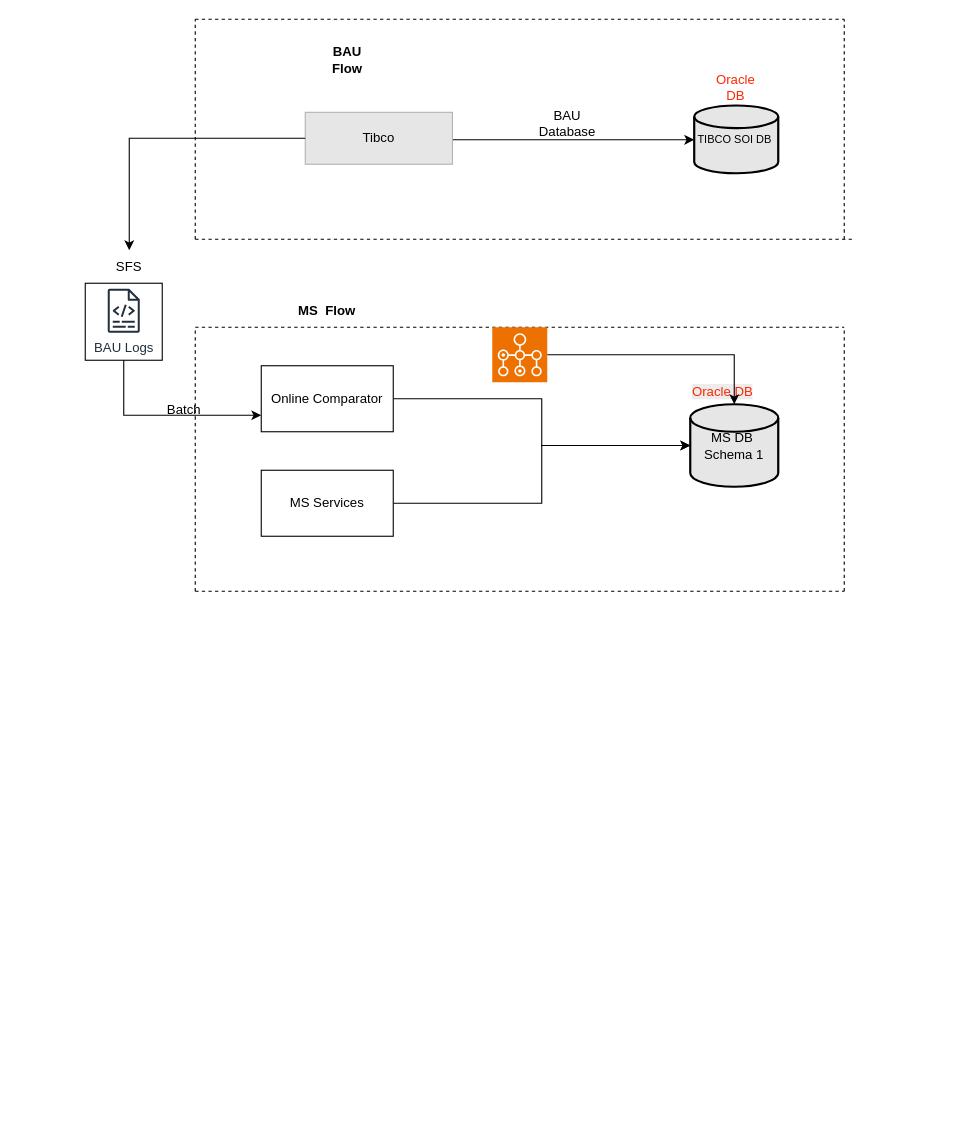
This is page "table-comparator-snapshot" (3 of 3) of archtecture_diagram/Batch_File_Arch.drawio from vigneswaran-svm/tibco_architecture, a draw.io file, before an edit. Source tidied: cells renumbered, new cells numbered last; positions are measured from the earlier drawing's top-left corner, leaving out a move shared by most shapes. Both pictures are drawn from the tidied source at 110%, with x=0, y=0 at pixel (85, 19).
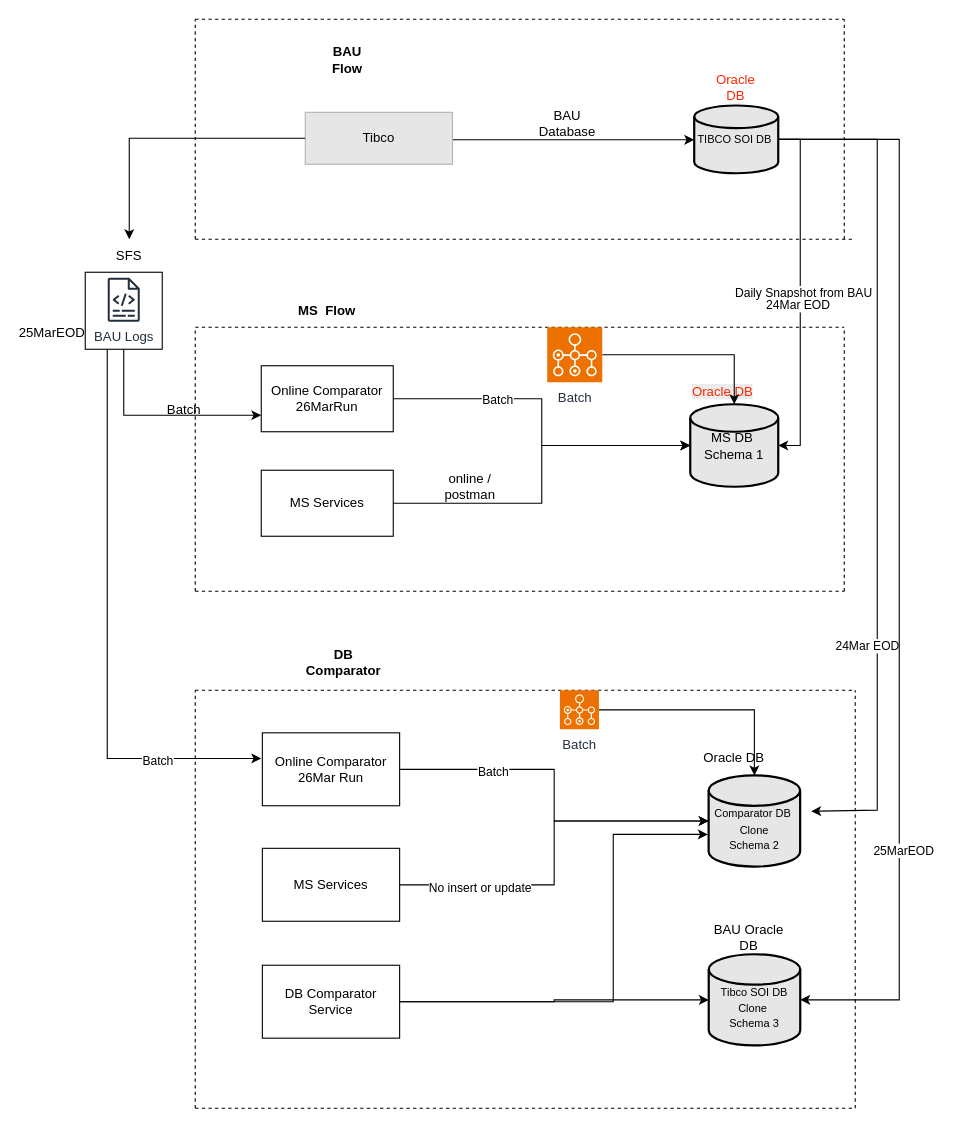
Above is the later version.

Unchanged cells that the change refers to:
```xml
<mxCell id="10" value="&lt;font style=&quot;font-size: 10px;&quot;&gt;TIBCO SOI DB&amp;nbsp;&lt;/font&gt;" style="strokeWidth=2;html=1;shape=mxgraph.flowchart.database;whiteSpace=wrap;fillColor=#E6E6E6;" parent="7" vertex="1">
  <mxGeometry x="353.6" y="53.4" width="76.4" height="61.6" as="geometry" />
</mxCell>
<mxCell id="14" style="group;" parent="1" vertex="1">
  <mxGeometry x="100" y="280" width="590" height="240" as="geometry" />
</mxCell>
<mxCell id="15" style="edgeStyle=orthogonalEdgeStyle;rounded=0;jettySize=auto;html=1;" parent="14" edge="1" source="16" target="21">
  <mxGeometry relative="1" as="geometry" />
</mxCell>
<mxCell id="21" value="MS DB&amp;nbsp;&lt;div&gt;Schema 1&lt;/div&gt;" style="strokeWidth=2;html=1;shape=mxgraph.flowchart.database;whiteSpace=wrap;fillColor=#E6E6E6;" parent="14" vertex="1">
  <mxGeometry x="450" y="70" width="80" height="75" as="geometry" />
</mxCell>
<mxCell id="28" style="whiteSpace=wrap;html=1;" parent="27" vertex="1">
  <mxGeometry y="30" width="70" height="70" as="geometry" />
</mxCell>
```

What changed in the source:
```diff
@@
+    <mxCell id="35" value="Batch" style="edgeLabel;html=1;align=center;verticalAlign=middle;" parent="15" vertex="1">
+      <mxGeometry x="-0.4" relative="1" as="geometry" />
+    </mxCell>
-    <mxCell id="16" value="Online Comparator" style="rounded=0;whiteSpace=wrap;html=1;" parent="14" vertex="1">
+    <mxCell id="16" value="Online Comparator&lt;div&gt;26MarRun&lt;/div&gt;" style="rounded=0;whiteSpace=wrap;html=1;" parent="14" vertex="1">
       <mxGeometry x="60" y="35" width="120" height="60" as="geometry" />
     </mxCell>
@@
-    <mxCell id="26" style="sketch=0;points=[[0,0,0],[0.25,0,0],[0.5,0,0],[0.75,0,0],[1,0,0],[0,1,0],[0.25,1,0],[0.5,1,0],[0.75,1,0],[1,1,0],[0,0.25,0],[0,0.5,0],[0,0.75,0],[1,0.25,0],[1,0.5,0],[1,0.75,0]];outlineConnect=0;fontColor=#232F3E;fillColor=#ED7100;strokeColor=#ffffff;dashed=0;verticalLabelPosition=bottom;verticalAlign=top;align=center;html=1;fontSize=12;fontStyle=0;shape=mxgraph.aws4.resourceIcon;resIcon=mxgraph.aws4.batch;" parent="14" vertex="1">
-      <mxGeometry x="270" width="50" height="50" as="geometry" />
+    <mxCell id="26" value="Batch" style="sketch=0;points=[[0,0,0],[0.25,0,0],[0.5,0,0],[0.75,0,0],[1,0,0],[0,1,0],[0.25,1,0],[0.5,1,0],[0.75,1,0],[1,1,0],[0,0.25,0],[0,0.5,0],[0,0.75,0],[1,0.25,0],[1,0.5,0],[1,0.75,0]];outlineConnect=0;fontColor=#232F3E;fillColor=#ED7100;strokeColor=#ffffff;dashed=0;verticalLabelPosition=bottom;verticalAlign=top;align=center;html=1;fontSize=12;fontStyle=0;shape=mxgraph.aws4.resourceIcon;resIcon=mxgraph.aws4.batch;" parent="14" vertex="1">
+      <mxGeometry x="320" width="50" height="50" as="geometry" />
     </mxCell>
+    <mxCell id="36" value="online / postman" style="text;html=1;whiteSpace=wrap;strokeColor=none;fillColor=none;align=center;verticalAlign=middle;rounded=0;" parent="14" vertex="1">
+      <mxGeometry x="220" y="130" width="60" height="30" as="geometry" />
+    </mxCell>
     <mxCell id="27" style="group;" parent="1" vertex="1">
-      <mxGeometry y="210" width="70" height="90" as="geometry" />
+      <mxGeometry y="200" width="70" height="90" as="geometry" />
     </mxCell>
@@
+    <mxCell id="37" style="edgeStyle=orthogonalEdgeStyle;rounded=0;jettySize=auto;html=1;entryX=1;entryY=0.5;entryDx=0;entryDy=0;entryPerimeter=0;" parent="1" edge="1" source="10" target="21">
+      <mxGeometry relative="1" as="geometry">
+        <Array as="points">
+          <mxPoint x="650" y="109" />
+          <mxPoint x="650" y="388" />
+        </Array>
+      </mxGeometry>
+    </mxCell>
+    <mxCell id="38" value="Daily Snapshot from BAU" style="edgeLabel;html=1;align=center;verticalAlign=middle;" parent="37" vertex="1">
+      <mxGeometry y="2" relative="1" as="geometry" />
+    </mxCell>
+    <mxCell id="39" value="24Mar EOD" style="edgeLabel;html=1;align=center;verticalAlign=middle;" parent="37" vertex="1">
+      <mxGeometry x="0.07" y="-3" relative="1" as="geometry" />
+    </mxCell>
+    <mxCell id="40" style="group;" parent="1" vertex="1">
+      <mxGeometry x="100" y="610" width="600" height="380" as="geometry" />
+    </mxCell>
+    <mxCell id="41" style="endArrow=none;dashed=1;html=1;rounded=0;curved=0;" parent="40" edge="1">
+      <mxGeometry relative="1" as="geometry">
+        <mxPoint y="380" as="sourcePoint" />
+        <mxPoint x="600" y="380" as="targetPoint" />
+      </mxGeometry>
+    </mxCell>
+    <mxCell id="42" style="endArrow=none;dashed=1;html=1;rounded=0;curved=0;" parent="40" edge="1">
+      <mxGeometry relative="1" as="geometry">
+        <mxPoint as="sourcePoint" />
+        <mxPoint x="600" as="targetPoint" />
+      </mxGeometry>
+    </mxCell>
+    <mxCell id="43" style="endArrow=none;dashed=1;html=1;rounded=0;" parent="40" edge="1">
+      <mxGeometry relative="1" as="geometry">
+        <mxPoint x="600" y="380" as="sourcePoint" />
+        <mxPoint x="600" as="targetPoint" />
+      </mxGeometry>
+    </mxCell>
+    <mxCell id="44" style="endArrow=none;dashed=1;html=1;rounded=0;" parent="40" edge="1">
+      <mxGeometry relative="1" as="geometry">
+        <mxPoint y="380" as="sourcePoint" />
+        <mxPoint as="targetPoint" />
+      </mxGeometry>
+    </mxCell>
+    <mxCell id="45" style="group;" parent="40" vertex="1">
+      <mxGeometry x="61" width="489" height="210" as="geometry" />
+    </mxCell>
+    <mxCell id="46" style="edgeStyle=orthogonalEdgeStyle;rounded=0;jettySize=auto;html=1;" parent="45" edge="1" source="48" target="49">
+      <mxGeometry relative="1" as="geometry" />
+    </mxCell>
+    <mxCell id="47" value="Batch" style="edgeLabel;html=1;align=center;verticalAlign=middle;" parent="46" vertex="1">
+      <mxGeometry x="-0.48" y="-2" relative="1" as="geometry" />
+    </mxCell>
+    <mxCell id="48" value="Online Comparator&lt;div&gt;26Mar Run&lt;/div&gt;" style="rounded=0;whiteSpace=wrap;html=1;" parent="45" vertex="1">
+      <mxGeometry y="38.7" width="124.8" height="66.3" as="geometry" />
+    </mxCell>
+    <mxCell id="49" value="&lt;div&gt;&lt;font style=&quot;font-size: 10px;&quot;&gt;&lt;br&gt;&lt;/font&gt;&lt;/div&gt;&lt;font style=&quot;font-size: 10px;&quot;&gt;Comparator DB&amp;nbsp;&lt;/font&gt;&lt;div&gt;&lt;font style=&quot;font-size: 10px;&quot;&gt;Clone&lt;br&gt;&lt;/font&gt;&lt;div&gt;&lt;font style=&quot;font-size: 10px;&quot;&gt;Schema 2&lt;/font&gt;&lt;/div&gt;&lt;/div&gt;" style="strokeWidth=2;html=1;shape=mxgraph.flowchart.database;whiteSpace=wrap;fillColor=#E6E6E6;" parent="45" vertex="1">
+      <mxGeometry x="405.7" y="77.4" width="83.2" height="82.9" as="geometry" />
+    </mxCell>
+    <mxCell id="50" style="edgeStyle=orthogonalEdgeStyle;rounded=0;jettySize=auto;html=1;" parent="45" edge="1" source="52" target="49">
+      <mxGeometry relative="1" as="geometry" />
+    </mxCell>
+    <mxCell id="51" value="No insert or update" style="edgeLabel;html=1;align=center;verticalAlign=middle;" parent="50" vertex="1">
+      <mxGeometry x="-0.57" y="-3" relative="1" as="geometry" />
+    </mxCell>
+    <mxCell id="52" value="MS Services" style="rounded=0;whiteSpace=wrap;html=1;" parent="45" vertex="1">
+      <mxGeometry y="143.7" width="124.8" height="66.3" as="geometry" />
+    </mxCell>
+    <mxCell id="53" style="edgeStyle=orthogonalEdgeStyle;rounded=0;jettySize=auto;html=1;" parent="45" edge="1" source="54" target="49">
+      <mxGeometry relative="1" as="geometry" />
+    </mxCell>
+    <mxCell id="54" value="Batch" style="sketch=0;points=[[0,0,0],[0.25,0,0],[0.5,0,0],[0.75,0,0],[1,0,0],[0,1,0],[0.25,1,0],[0.5,1,0],[0.75,1,0],[1,1,0],[0,0.25,0],[0,0.5,0],[0,0.75,0],[1,0.25,0],[1,0.5,0],[1,0.75,0]];outlineConnect=0;fontColor=#232F3E;fillColor=#ED7100;strokeColor=#ffffff;dashed=0;verticalLabelPosition=bottom;verticalAlign=top;align=center;html=1;fontSize=12;fontStyle=0;shape=mxgraph.aws4.resourceIcon;resIcon=mxgraph.aws4.batch;" parent="45" vertex="1">
+      <mxGeometry x="270.5" width="35.5" height="35.5" as="geometry" />
+    </mxCell>
+    <mxCell id="55" value="Oracle DB" style="text;html=1;whiteSpace=wrap;strokeColor=none;fillColor=none;align=center;verticalAlign=middle;rounded=0;" parent="45" vertex="1">
+      <mxGeometry x="399" y="47.4" width="60" height="30" as="geometry" />
+    </mxCell>
+    <mxCell id="56" value="&lt;div&gt;&lt;font style=&quot;font-size: 10px;&quot;&gt;&lt;br&gt;&lt;/font&gt;&lt;/div&gt;&lt;font style=&quot;font-size: 10px;&quot;&gt;Tibco SOI DB Clone&amp;nbsp;&lt;/font&gt;&lt;div&gt;&lt;font style=&quot;font-size: 10px;&quot;&gt;Schema 3&lt;/font&gt;&lt;/div&gt;" style="strokeWidth=2;html=1;shape=mxgraph.flowchart.database;whiteSpace=wrap;fillColor=#E6E6E6;" parent="40" vertex="1">
+      <mxGeometry x="466.8" y="240" width="83.2" height="82.9" as="geometry" />
+    </mxCell>
+    <mxCell id="57" value="BAU Oracle DB" style="text;html=1;whiteSpace=wrap;strokeColor=none;fillColor=none;align=center;verticalAlign=middle;rounded=0;" parent="40" vertex="1">
+      <mxGeometry x="466.8" y="210" width="73.2" height="30" as="geometry" />
+    </mxCell>
+    <mxCell id="58" style="edgeStyle=orthogonalEdgeStyle;rounded=0;jettySize=auto;html=1;" parent="40" edge="1" source="59" target="56">
+      <mxGeometry relative="1" as="geometry" />
+    </mxCell>
+    <mxCell id="59" value="DB Comparator Service" style="rounded=0;whiteSpace=wrap;html=1;" parent="40" vertex="1">
+      <mxGeometry x="61" y="250" width="124.8" height="66.3" as="geometry" />
+    </mxCell>
+    <mxCell id="60" style="edgeStyle=orthogonalEdgeStyle;rounded=0;jettySize=auto;html=1;entryX=-0.009;entryY=0.647;entryDx=0;entryDy=0;entryPerimeter=0;" parent="40" edge="1" source="59" target="49">
+      <mxGeometry relative="1" as="geometry">
+        <Array as="points">
+          <mxPoint x="380" y="283" />
+          <mxPoint x="380" y="131" />
+        </Array>
+      </mxGeometry>
+    </mxCell>
+    <mxCell id="61" value="&lt;b&gt;DB Comparator&lt;/b&gt;" style="text;html=1;whiteSpace=wrap;strokeColor=none;fillColor=none;align=center;verticalAlign=middle;rounded=0;" parent="1" vertex="1">
+      <mxGeometry x="190" y="570" width="90" height="30" as="geometry" />
+    </mxCell>
+    <mxCell id="62" style="edgeStyle=orthogonalEdgeStyle;rounded=0;jettySize=auto;html=1;" parent="1" edge="1" source="28">
+      <mxGeometry relative="1" as="geometry">
+        <mxPoint x="160" y="672" as="targetPoint" />
+        <Array as="points">
+          <mxPoint x="20" y="672" />
+        </Array>
+      </mxGeometry>
+    </mxCell>
+    <mxCell id="63" value="Batch" style="edgeLabel;html=1;align=center;verticalAlign=middle;" parent="62" vertex="1">
+      <mxGeometry x="0.63" y="-1" relative="1" as="geometry" />
+    </mxCell>
+    <mxCell id="64" style="edgeStyle=orthogonalEdgeStyle;rounded=0;jettySize=auto;html=1;" parent="1" edge="1" source="10">
+      <mxGeometry relative="1" as="geometry">
+        <mxPoint x="660" y="720" as="targetPoint" />
+        <Array as="points">
+          <mxPoint x="720" y="109" />
+          <mxPoint x="720" y="719" />
+        </Array>
+      </mxGeometry>
+    </mxCell>
+    <mxCell id="65" value="24Mar EOD" style="edgeLabel;html=1;align=center;verticalAlign=middle;" parent="64" vertex="1">
+      <mxGeometry x="0.46" y="2" relative="1" as="geometry">
+        <mxPoint x="-12" y="-5" as="offset" />
+      </mxGeometry>
+    </mxCell>
+    <mxCell id="66" style="edgeStyle=orthogonalEdgeStyle;rounded=0;jettySize=auto;html=1;entryX=1;entryY=0.5;entryDx=0;entryDy=0;entryPerimeter=0;" parent="1" edge="1" source="10" target="56">
+      <mxGeometry relative="1" as="geometry">
+        <Array as="points">
+          <mxPoint x="740" y="109" />
+          <mxPoint x="740" y="891" />
+        </Array>
+      </mxGeometry>
+    </mxCell>
+    <mxCell id="67" value="25MarEOD" style="edgeLabel;html=1;align=center;verticalAlign=middle;" parent="66" vertex="1">
+      <mxGeometry x="0.54" y="3" relative="1" as="geometry" />
+    </mxCell>
+    <mxCell id="68" value="25MarEOD" style="text;html=1;whiteSpace=wrap;strokeColor=none;fillColor=none;align=center;verticalAlign=middle;rounded=0;" parent="1" vertex="1">
+      <mxGeometry x="-60" y="270" width="60" height="30" as="geometry" />
+    </mxCell>
```
